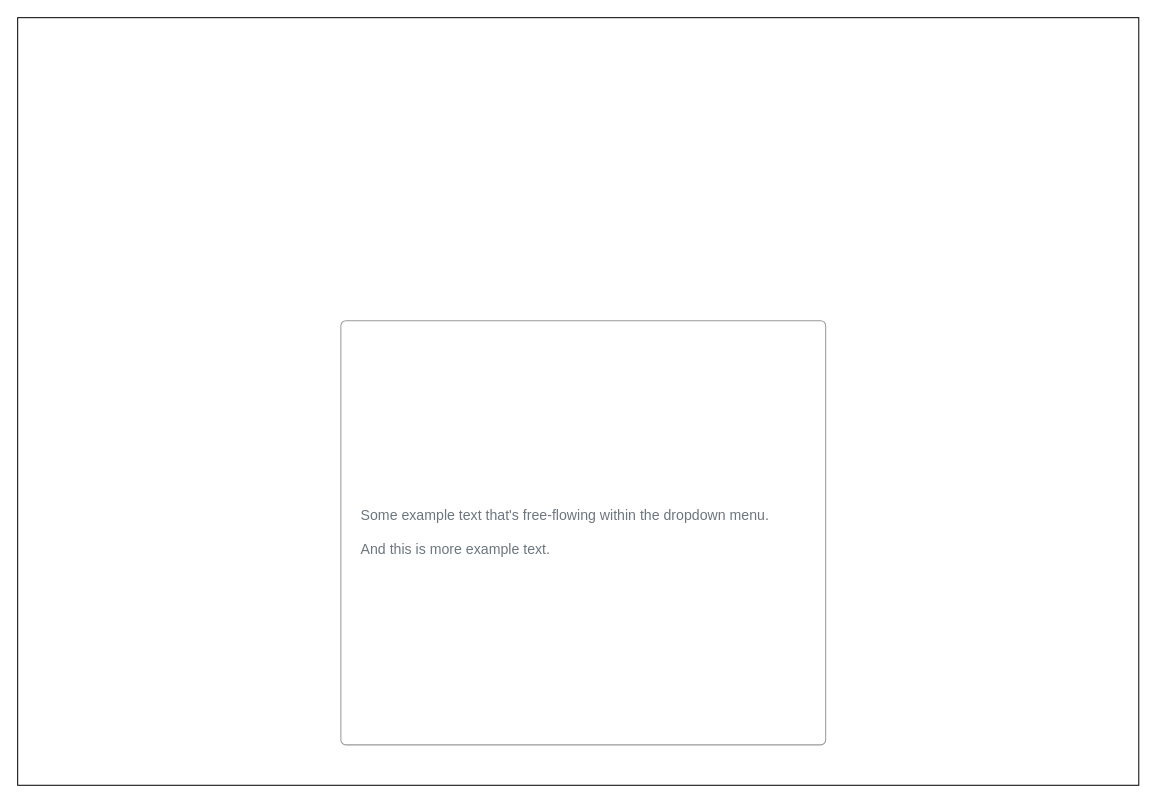
This is page "ページ2" (2 of 2) of ER.drawio from nyandoragora/trpg-writer, a draw.io file, before an edit. Source tidied: cells renumbered, new cells numbered last; positions are measured from the earlier drawing's top-left corner, leaving out a move shared by most shapes. Both pictures are drawn from the tidied source at 101%, with x=0, y=0 at pixel (17, 17).
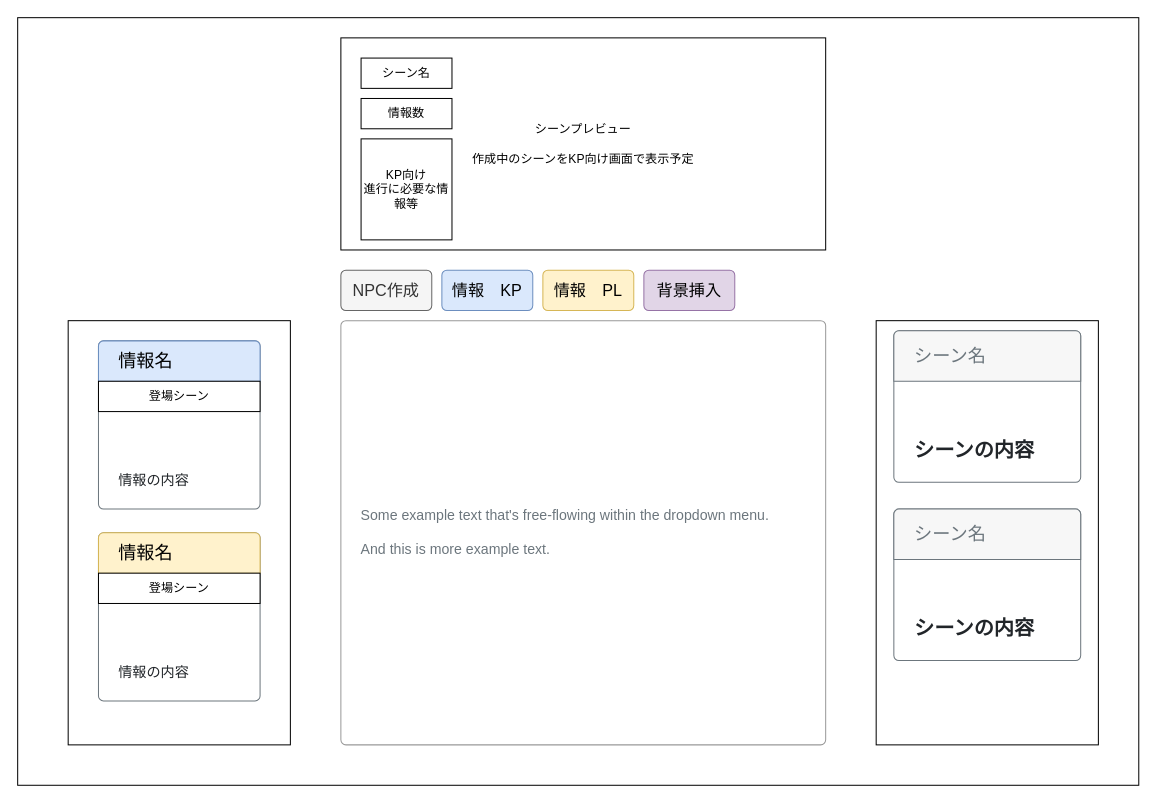
Above is the later version.

Diff of the diagram source:
```diff
@@
+    <mxCell id="4" value="情報　KP" style="html=1;shadow=0;dashed=0;shape=mxgraph.bootstrap.rrect;rSize=5;strokeColor=#6c8ebf;strokeWidth=1;fillColor=#dae8fc;whiteSpace=wrap;align=center;verticalAlign=middle;spacingLeft=0;fontStyle=0;fontSize=16;spacing=5;" parent="1" vertex="1">
+      <mxGeometry x="420" y="250" width="90" height="40" as="geometry" />
+    </mxCell>
+    <mxCell id="5" value="情報　PL" style="html=1;shadow=0;dashed=0;shape=mxgraph.bootstrap.rrect;rSize=5;strokeColor=#d6b656;strokeWidth=1;fillColor=#fff2cc;whiteSpace=wrap;align=center;verticalAlign=middle;spacingLeft=0;fontStyle=0;fontSize=16;spacing=5;" parent="1" vertex="1">
+      <mxGeometry x="520" y="250" width="90" height="40" as="geometry" />
+    </mxCell>
+    <mxCell id="6" value="NPC作成" style="html=1;shadow=0;dashed=0;shape=mxgraph.bootstrap.rrect;rSize=5;strokeColor=#666666;strokeWidth=1;fillColor=#f5f5f5;whiteSpace=wrap;align=center;verticalAlign=middle;spacingLeft=0;fontStyle=0;fontSize=16;spacing=5;fontColor=#333333;" parent="1" vertex="1">
+      <mxGeometry x="320" y="250" width="90" height="40" as="geometry" />
+    </mxCell>
+    <mxCell id="7" style="rounded=0;whiteSpace=wrap;html=1;" parent="1" vertex="1">
+      <mxGeometry x="50" y="300" width="220" height="420" as="geometry" />
+    </mxCell>
+    <mxCell id="8" value="情報の内容" style="html=1;shadow=0;dashed=0;shape=mxgraph.bootstrap.rrect;rSize=5;strokeColor=#6C767D;html=1;whiteSpace=wrap;fillColor=#ffffff;fontColor=#212529;verticalAlign=bottom;align=left;spacing=20;spacingBottom=0;fontSize=14;" parent="1" vertex="1">
+      <mxGeometry x="80" y="320" width="160" height="166.5" as="geometry" />
+    </mxCell>
+    <mxCell id="9" value="情報名" style="html=1;shadow=0;dashed=0;shape=mxgraph.bootstrap.topButton;rSize=5;perimeter=none;whiteSpace=wrap;fillColor=#dae8fc;strokeColor=#6c8ebf;fontSize=18;align=left;spacing=20;" parent="8" vertex="1">
+      <mxGeometry width="160" height="40" relative="1" as="geometry" />
+    </mxCell>
+    <mxCell id="10" value="登場シーン" style="rounded=0;whiteSpace=wrap;html=1;" parent="8" vertex="1">
+      <mxGeometry y="40" width="160" height="30" as="geometry" />
+    </mxCell>
+    <mxCell id="11" value="情報の内容" style="html=1;shadow=0;dashed=0;shape=mxgraph.bootstrap.rrect;rSize=5;strokeColor=#6C767D;html=1;whiteSpace=wrap;fillColor=#ffffff;fontColor=#212529;verticalAlign=bottom;align=left;spacing=20;spacingBottom=0;fontSize=14;" parent="1" vertex="1">
+      <mxGeometry x="80" y="510" width="160" height="166.5" as="geometry" />
+    </mxCell>
+    <mxCell id="12" value="情報名" style="html=1;shadow=0;dashed=0;shape=mxgraph.bootstrap.topButton;rSize=5;perimeter=none;whiteSpace=wrap;fillColor=#fff2cc;strokeColor=#d6b656;fontSize=18;align=left;spacing=20;" parent="11" vertex="1">
+      <mxGeometry width="160" height="40" relative="1" as="geometry" />
+    </mxCell>
+    <mxCell id="13" value="登場シーン" style="rounded=0;whiteSpace=wrap;html=1;" parent="11" vertex="1">
+      <mxGeometry y="40" width="160" height="30" as="geometry" />
+    </mxCell>
+    <mxCell id="14" style="rounded=0;whiteSpace=wrap;html=1;" parent="1" vertex="1">
+      <mxGeometry x="850" y="300" width="220" height="420" as="geometry" />
+    </mxCell>
+    <mxCell id="15" value="&lt;span style=&quot;font-size: 20px;&quot;&gt;&lt;b&gt;シーンの内容&lt;/b&gt;&lt;/span&gt;" style="html=1;shadow=0;dashed=0;shape=mxgraph.bootstrap.rrect;rSize=5;strokeColor=#6C767D;html=1;whiteSpace=wrap;fillColor=#ffffff;fontColor=#212529;verticalAlign=bottom;align=left;spacing=20;spacingBottom=0;fontSize=14;" parent="1" vertex="1">
+      <mxGeometry x="867.5" y="310" width="185" height="150" as="geometry" />
+    </mxCell>
+    <mxCell id="16" value="シーン名" style="html=1;shadow=0;dashed=0;shape=mxgraph.bootstrap.topButton;rSize=5;perimeter=none;whiteSpace=wrap;fillColor=#F7F7F7;strokeColor=#6C767D;fontColor=#6C767D;fontSize=18;align=left;spacing=20;" parent="15" vertex="1">
+      <mxGeometry width="185" height="50" relative="1" as="geometry" />
+    </mxCell>
+    <mxCell id="17" value="&lt;span style=&quot;font-size: 20px;&quot;&gt;&lt;b&gt;シーンの内容&lt;/b&gt;&lt;/span&gt;" style="html=1;shadow=0;dashed=0;shape=mxgraph.bootstrap.rrect;rSize=5;strokeColor=#6C767D;html=1;whiteSpace=wrap;fillColor=#ffffff;fontColor=#212529;verticalAlign=bottom;align=left;spacing=20;spacingBottom=0;fontSize=14;" parent="1" vertex="1">
+      <mxGeometry x="867.5" y="486.5" width="185" height="150" as="geometry" />
+    </mxCell>
+    <mxCell id="18" value="シーン名" style="html=1;shadow=0;dashed=0;shape=mxgraph.bootstrap.topButton;rSize=5;perimeter=none;whiteSpace=wrap;fillColor=#F7F7F7;strokeColor=#6C767D;fontColor=#6C767D;fontSize=18;align=left;spacing=20;" parent="17" vertex="1">
+      <mxGeometry width="185" height="50" relative="1" as="geometry" />
+    </mxCell>
+    <mxCell id="19" value="シーンプレビュー&lt;div&gt;&lt;br&gt;&lt;/div&gt;&lt;div&gt;作成中のシーンをKP向け画面で表示予定&lt;/div&gt;" style="rounded=0;whiteSpace=wrap;html=1;" parent="1" vertex="1">
+      <mxGeometry x="320" y="20" width="480" height="210" as="geometry" />
+    </mxCell>
+    <mxCell id="20" value="シーン名" style="rounded=0;whiteSpace=wrap;html=1;" parent="1" vertex="1">
+      <mxGeometry x="340" y="40" width="90" height="30" as="geometry" />
+    </mxCell>
+    <mxCell id="21" value="情報数" style="rounded=0;whiteSpace=wrap;html=1;" parent="1" vertex="1">
+      <mxGeometry x="340" y="80" width="90" height="30" as="geometry" />
+    </mxCell>
+    <mxCell id="22" value="KP向け&lt;div&gt;進行に必要な情報等&lt;/div&gt;" style="rounded=0;whiteSpace=wrap;html=1;" parent="1" vertex="1">
+      <mxGeometry x="340" y="120" width="90" height="100" as="geometry" />
+    </mxCell>
+    <mxCell id="23" value="背景挿入" style="html=1;shadow=0;dashed=0;shape=mxgraph.bootstrap.rrect;rSize=5;strokeColor=#9673a6;strokeWidth=1;fillColor=#e1d5e7;whiteSpace=wrap;align=center;verticalAlign=middle;spacingLeft=0;fontStyle=0;fontSize=16;spacing=5;" parent="1" vertex="1">
+      <mxGeometry x="620" y="250" width="90" height="40" as="geometry" />
+    </mxCell>
```
